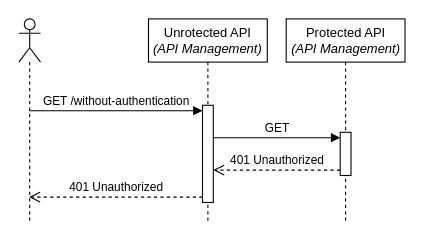
This is page "without-authentication" (2 of 5) of images/diagrams.drawio from ronaldbosma/call-apim-backend-with-oauth, a draw.io file, before an edit. Source tidied: cells renumbered, new cells numbered last; positions are measured from the earlier drawing's top-left corner, leaving out a move shared by most shapes. Both pictures are drawn from the tidied source at 108%, with x=0, y=0 at pixel (18, 18).
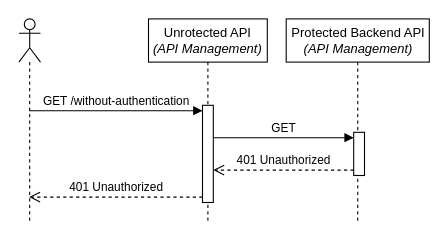
After the change.

What changed in the source:
```diff
@@
 <mxGraphModel>
   <root>
     <mxCell id="0" />
     <mxCell id="1" parent="0" />
     <mxCell id="2" style="shape=umlLifeline;perimeter=lifelinePerimeter;whiteSpace=wrap;html=1;outlineConnect=0;portConstraint=eastwest;newEdgeStyle={&quot;curved&quot;:0,&quot;rounded&quot;:0};participant=umlActor;" parent="1" vertex="1">
       <mxGeometry width="20" height="190" as="geometry" />
     </mxCell>
-    <mxCell id="3" value="Protected API&lt;div&gt;&lt;i&gt;(API Management)&lt;/i&gt;&lt;/div&gt;" style="shape=umlLifeline;perimeter=lifelinePerimeter;whiteSpace=wrap;html=1;newEdgeStyle={&quot;curved&quot;:0,&quot;rounded&quot;:0};" parent="1" vertex="1">
-      <mxGeometry x="247.5" width="110" height="190" as="geometry" />
+    <mxCell id="3" value="Protected Backend API&lt;div&gt;&lt;i&gt;(API Management)&lt;/i&gt;&lt;/div&gt;" style="shape=umlLifeline;perimeter=lifelinePerimeter;whiteSpace=wrap;html=1;newEdgeStyle={&quot;curved&quot;:0,&quot;rounded&quot;:0};" parent="1" vertex="1">
+      <mxGeometry x="247.5" width="132.5" height="190" as="geometry" />
     </mxCell>
     <mxCell id="4" style="html=1;points=[[0,0,0,0,5],[0,1,0,0,-5],[1,0,0,0,5],[1,1,0,0,-5]];perimeter=orthogonalPerimeter;outlineConnect=0;targetShapes=umlLifeline;portConstraint=eastwest;newEdgeStyle={&quot;curved&quot;:0,&quot;rounded&quot;:0};" parent="3" vertex="1">
-      <mxGeometry x="50" y="105" width="10" height="40" as="geometry" />
+      <mxGeometry x="62.5" y="105" width="10" height="40" as="geometry" />
     </mxCell>
     <mxCell id="5" value="Unrotected API&lt;div&gt;&lt;i&gt;(API Management)&lt;/i&gt;&lt;/div&gt;" style="shape=umlLifeline;perimeter=lifelinePerimeter;whiteSpace=wrap;html=1;newEdgeStyle={&quot;curved&quot;:0,&quot;rounded&quot;:0};" parent="1" vertex="1">
       <mxGeometry x="120" width="110" height="190" as="geometry" />
     </mxCell>
     <mxCell id="6" style="html=1;points=[[0,0,0,0,5],[0,1,0,0,-5],[1,0,0,0,5],[1,1,0,0,-5]];perimeter=orthogonalPerimeter;outlineConnect=0;targetShapes=umlLifeline;portConstraint=eastwest;newEdgeStyle={&quot;curved&quot;:0,&quot;rounded&quot;:0};" parent="5" vertex="1">
       <mxGeometry x="50" y="80" width="10" height="90" as="geometry" />
     </mxCell>
     <mxCell id="7" value="GET /without-authentication" style="html=1;verticalAlign=bottom;endArrow=block;curved=0;rounded=0;entryX=0;entryY=0;entryDx=0;entryDy=5;" parent="1" edge="1" source="2" target="6">
       <mxGeometry relative="1" as="geometry" />
     </mxCell>
     <mxCell id="8" value="401 Unauthorized" style="html=1;verticalAlign=bottom;endArrow=open;dashed=1;endSize=8;curved=0;rounded=0;exitX=0;exitY=1;exitDx=0;exitDy=-5;" parent="1" edge="1" source="6" target="2">
       <mxGeometry relative="1" as="geometry" />
     </mxCell>
     <mxCell id="9" value="401 Unauthorized" style="html=1;verticalAlign=bottom;endArrow=open;dashed=1;endSize=8;curved=0;rounded=0;exitX=0;exitY=1;exitDx=0;exitDy=-5;" parent="1" edge="1" source="4" target="6">
       <mxGeometry relative="1" as="geometry" />
     </mxCell>
     <mxCell id="10" value="GET" style="html=1;verticalAlign=bottom;endArrow=block;curved=0;rounded=0;entryX=0;entryY=0;entryDx=0;entryDy=5;" parent="1" edge="1" source="6" target="4">
       <mxGeometry relative="1" as="geometry" />
     </mxCell>
   </root>
 </mxGraphModel>
```
